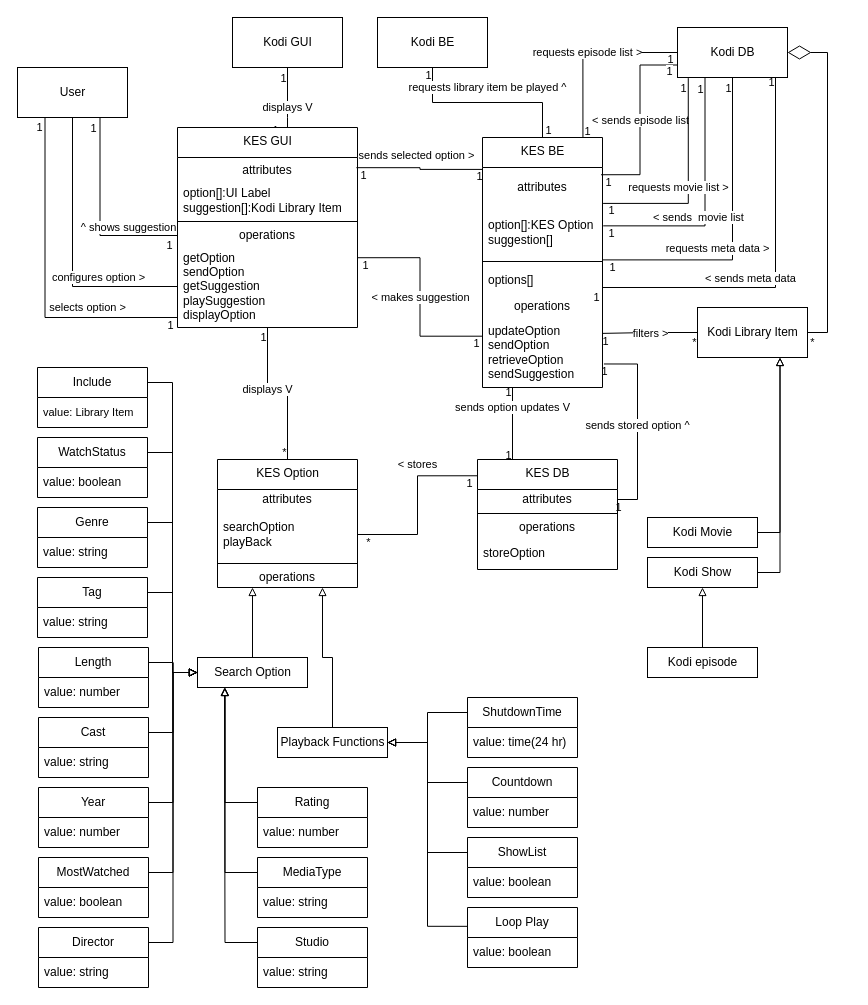
dustinmcmahon/kodiAddon keeps this draw.io diagram as page "Page-1" (1 of 3) of uml.drawio. Above is the earlier version. Source tidied: cells renumbered, new cells numbered last; positions are measured from the earlier drawing's top-left corner, leaving out a move shared by most shapes. Both pictures are drawn from the tidied source at 100%, with x=0, y=0 at pixel (17, 17).
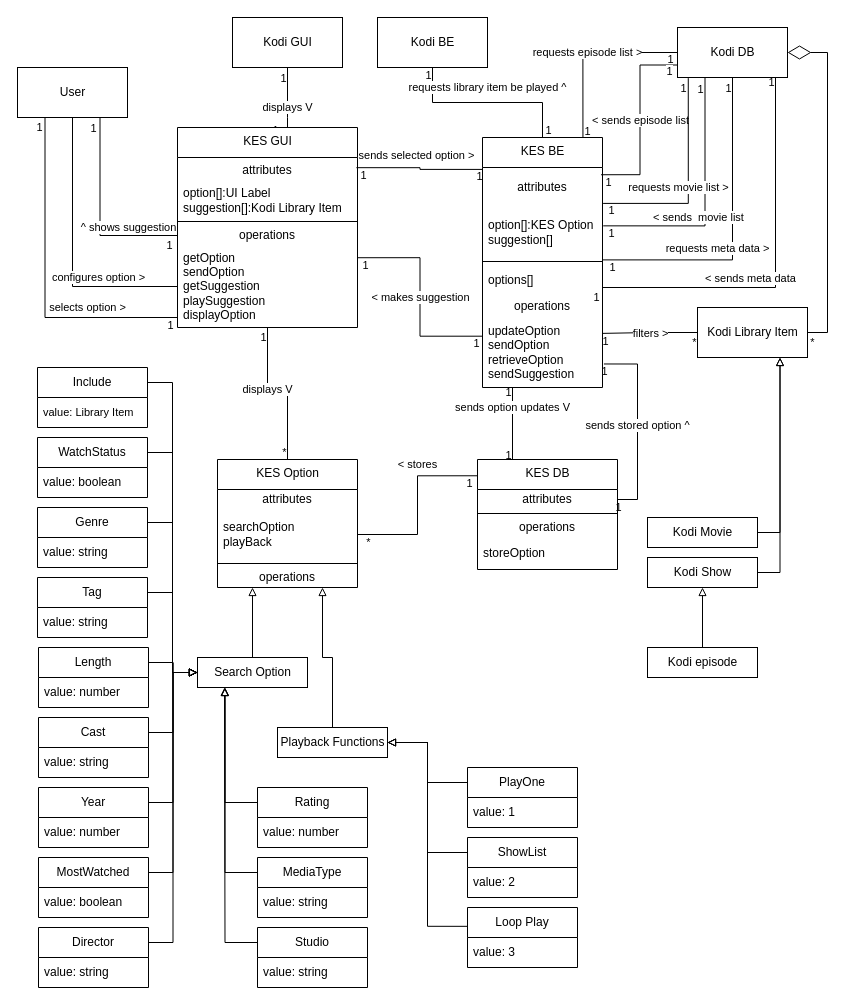
The same diagram, later.

The change refers to these unchanged cells:
```xml
<mxCell id="31" value="Playback Functions" style="html=1;fontSize=12;" parent="1" vertex="1">
  <mxGeometry x="260" y="710" width="110" height="30" as="geometry" />
</mxCell>
<mxCell id="139" value="Loop Play" style="swimlane;fontStyle=0;horizontal=1;startSize=30;whiteSpace=wrap;html=1;" parent="1" vertex="1">
  <mxGeometry x="450" y="890" width="110" height="60" as="geometry" />
</mxCell>
<mxCell id="141" value="ShowList" style="swimlane;fontStyle=0;horizontal=1;startSize=30;whiteSpace=wrap;html=1;" parent="1" vertex="1">
  <mxGeometry x="450" y="820" width="110" height="60" as="geometry" />
</mxCell>
```

Diff of the diagram source:
```diff
@@
-    <mxCell id="86" style="edgeStyle=orthogonalEdgeStyle;rounded=0;jettySize=auto;html=1;entryX=1;entryY=0.5;entryDx=0;entryDy=0;startArrow=none;startFill=0;endArrow=block;endFill=0;exitX=0;exitY=0.25;exitDx=0;exitDy=0;" parent="1" edge="1" source="137" target="31">
-      <mxGeometry relative="1" as="geometry" />
-    </mxCell>
@@
-    <mxCell id="135" value="Countdown" style="swimlane;fontStyle=0;horizontal=1;startSize=30;whiteSpace=wrap;html=1;" parent="1" vertex="1">
+    <mxCell id="135" value="PlayOne" style="swimlane;fontStyle=0;horizontal=1;startSize=30;whiteSpace=wrap;html=1;" parent="1" vertex="1">
       <mxGeometry x="450" y="750" width="110" height="60" as="geometry" />
     </mxCell>
-    <mxCell id="136" value="value: number" style="text;strokeColor=none;fillColor=none;align=left;verticalAlign=middle;spacingLeft=4;spacingRight=4;overflow=hidden;whiteSpace=wrap;html=1;" parent="135" vertex="1">
+    <mxCell id="136" value="value: 1" style="text;strokeColor=none;fillColor=none;align=left;verticalAlign=middle;spacingLeft=4;spacingRight=4;overflow=hidden;whiteSpace=wrap;html=1;" parent="135" vertex="1">
       <mxGeometry y="30" width="110" height="30" as="geometry" />
     </mxCell>
-    <mxCell id="137" value="ShutdownTime" style="swimlane;fontStyle=0;horizontal=1;startSize=30;whiteSpace=wrap;html=1;" parent="1" vertex="1">
-      <mxGeometry x="450" y="680" width="110" height="60" as="geometry" />
-    </mxCell>
-    <mxCell id="138" value="value: time(24 hr)" style="text;strokeColor=none;fillColor=none;align=left;verticalAlign=middle;spacingLeft=4;spacingRight=4;overflow=hidden;whiteSpace=wrap;html=1;" parent="137" vertex="1">
-      <mxGeometry y="30" width="110" height="30" as="geometry" />
-    </mxCell>
@@
-    <mxCell id="140" value="value: boolean" style="text;strokeColor=none;fillColor=none;align=left;verticalAlign=middle;spacingLeft=4;spacingRight=4;overflow=hidden;whiteSpace=wrap;html=1;" parent="139" vertex="1">
+    <mxCell id="140" value="value: 3" style="text;strokeColor=none;fillColor=none;align=left;verticalAlign=middle;spacingLeft=4;spacingRight=4;overflow=hidden;whiteSpace=wrap;html=1;" parent="139" vertex="1">
       <mxGeometry y="30" width="110" height="30" as="geometry" />
     </mxCell>
@@
-    <mxCell id="142" value="value: boolean" style="text;strokeColor=none;fillColor=none;align=left;verticalAlign=middle;spacingLeft=4;spacingRight=4;overflow=hidden;whiteSpace=wrap;html=1;" parent="141" vertex="1">
+    <mxCell id="142" value="value: 2" style="text;strokeColor=none;fillColor=none;align=left;verticalAlign=middle;spacingLeft=4;spacingRight=4;overflow=hidden;whiteSpace=wrap;html=1;" parent="141" vertex="1">
       <mxGeometry y="30" width="110" height="30" as="geometry" />
     </mxCell>
```
